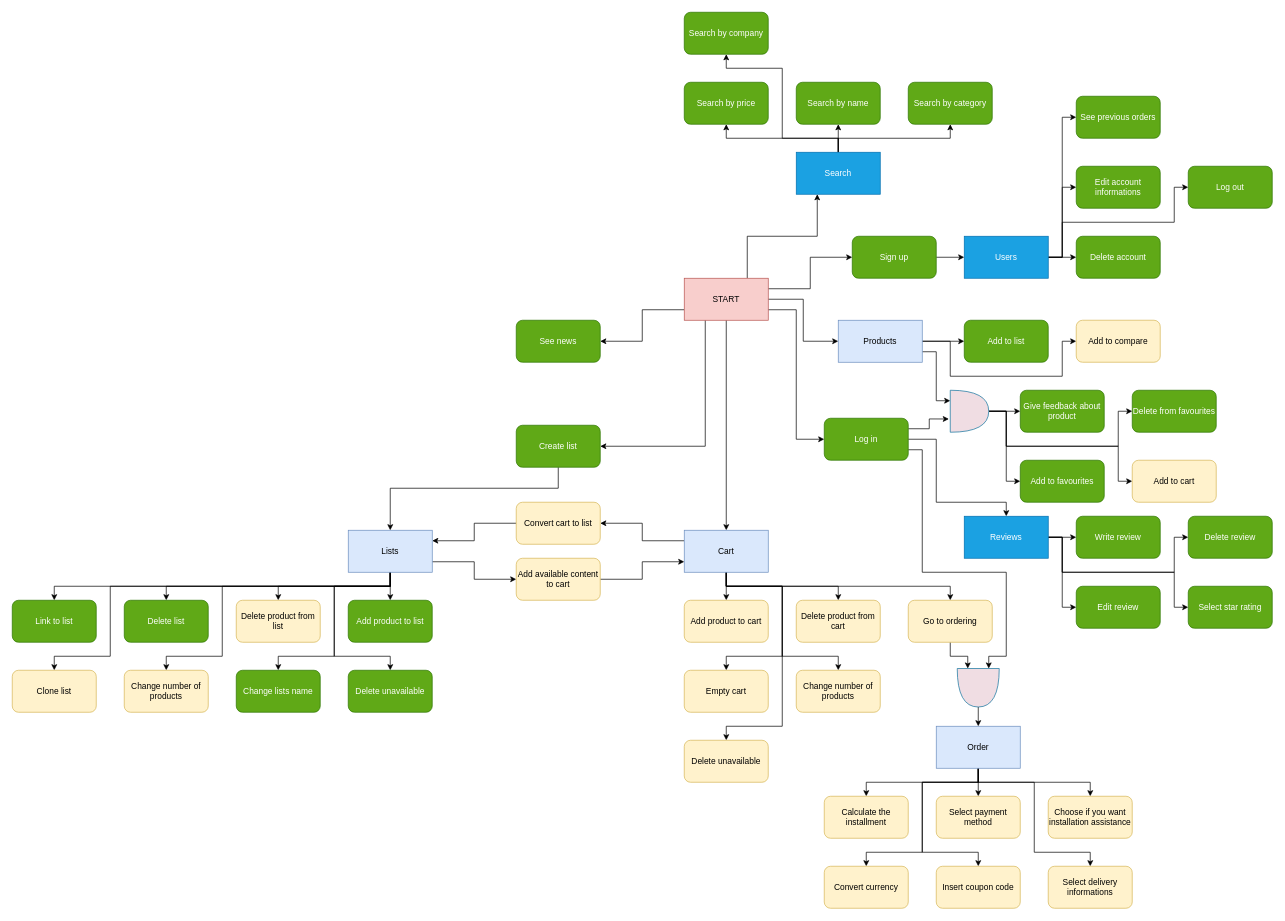
Earlier version of the draw.io diagram Documentation/DrawioFiles/functionalitiesSchema.drawio (Rumi152/X-KOMdb). Source tidied: cells renumbered, new cells numbered last; positions are measured from the earlier drawing's top-left corner, leaving out a move shared by most shapes. Both pictures are drawn from the tidied source at 70%, with x=0, y=0 at pixel (12, 12).
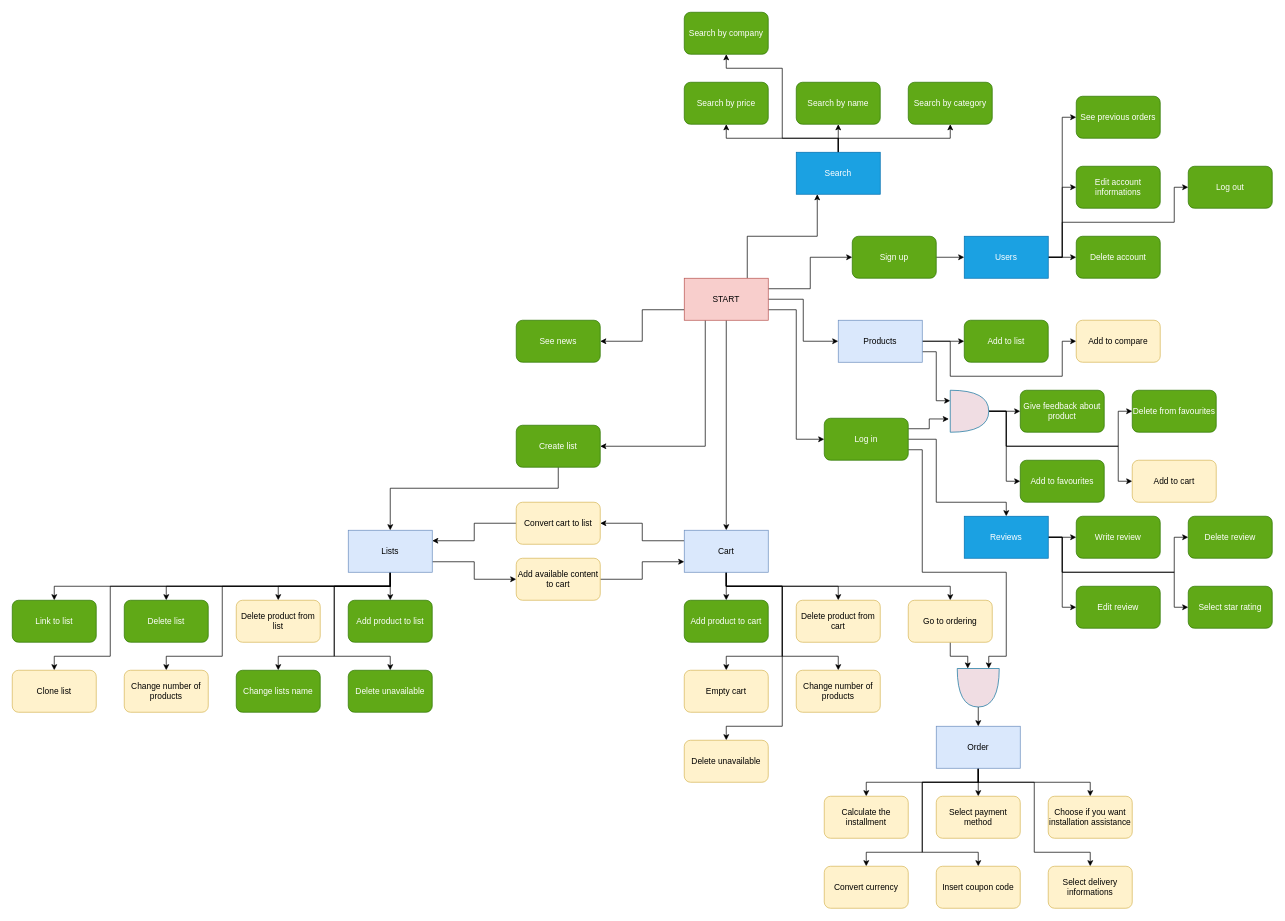
After the change.

Commit message (it also covers changes not shown here):
implemented emptying cart and deleting unavailable

Change to the diagram source:
```diff
@@
-    <mxCell id="63" value="Add product to cart" style="rounded=1;whiteSpace=wrap;html=1;strokeColor=#d6b656;fontFamily=Helvetica;fontSize=12;fontColor=#000000;fillColor=#fff2cc;" parent="1" vertex="1">
+    <mxCell id="63" value="Add product to cart" style="rounded=1;whiteSpace=wrap;html=1;strokeColor=#2D7600;fontFamily=Helvetica;fontSize=12;fontColor=#ffffff;fillColor=#60a917;" parent="1" vertex="1">
       <mxGeometry x="960" y="840" width="120" height="60" as="geometry" />
     </mxCell>
```
